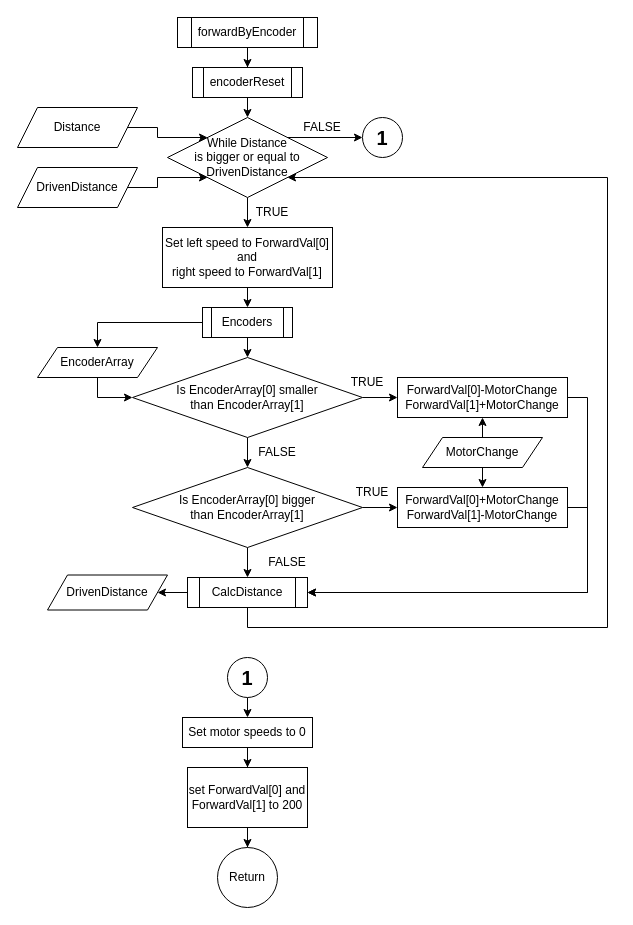
jens1906/P1-project-1.-semester keeps this draw.io diagram as Draw/forwardByEncoder.drawio. Above is the earlier version. Source tidied: cells renumbered, new cells numbered last; positions are measured from the earlier drawing's top-left corner, leaving out a move shared by most shapes. Both pictures are drawn from the tidied source at 100%, with x=0, y=0 at pixel (17, 17).
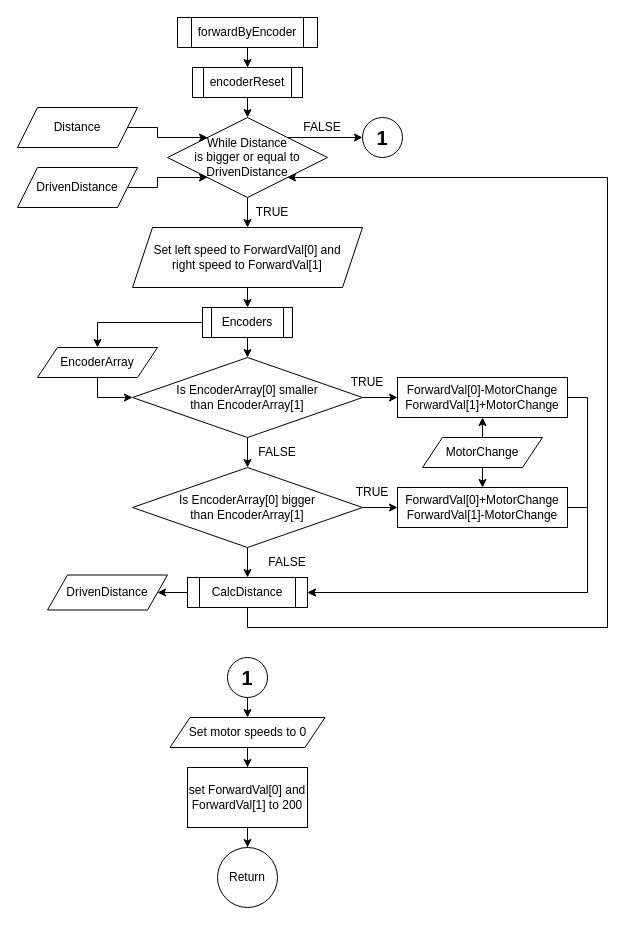
The same diagram, later.

Diff of the diagram source:
```diff
@@
-    <mxCell id="12" value="Set left speed to ForwardVal[0] and &lt;br&gt;right speed to ForwardVal[1]" style="rounded=0;whiteSpace=wrap;html=1;" parent="1" vertex="1">
-      <mxGeometry x="145" y="210" width="170" height="60" as="geometry" />
+    <mxCell id="12" value="Set left speed to ForwardVal[0] and &lt;br&gt;right speed to ForwardVal[1]" style="shape=parallelogram;perimeter=parallelogramPerimeter;whiteSpace=wrap;html=1;fixedSize=1;" parent="1" vertex="1">
+      <mxGeometry x="115" y="210" width="230" height="60" as="geometry" />
     </mxCell>
@@
-    <mxCell id="44" value="Set motor speeds to 0" style="rounded=0;whiteSpace=wrap;html=1;" parent="1" vertex="1">
-      <mxGeometry x="165" y="700" width="130" height="30" as="geometry" />
+    <mxCell id="44" value="Set motor speeds to 0" style="shape=parallelogram;perimeter=parallelogramPerimeter;whiteSpace=wrap;html=1;fixedSize=1;" parent="1" vertex="1">
+      <mxGeometry x="152.5" y="700" width="155" height="30" as="geometry" />
     </mxCell>
```
